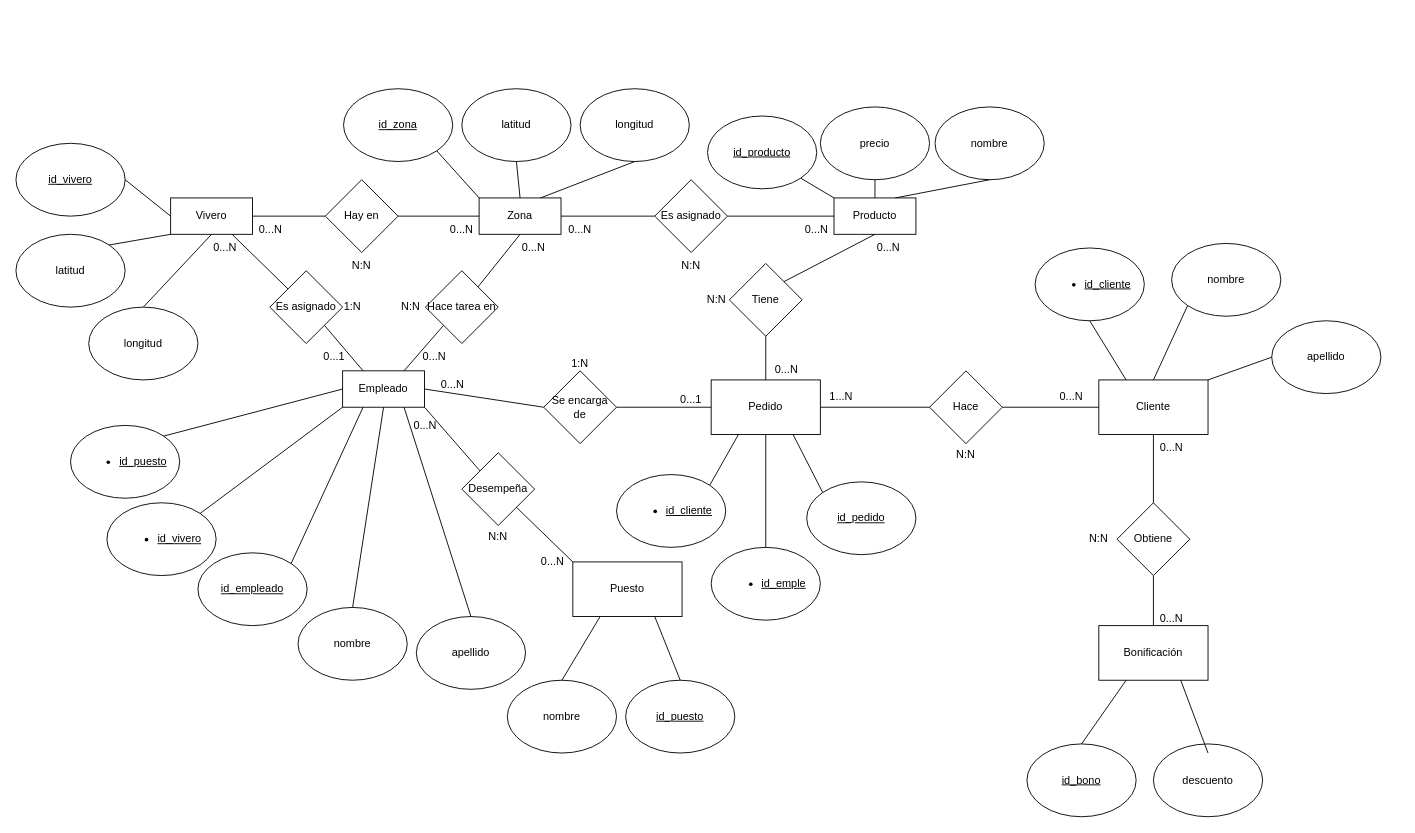
Earlier version of the draw.io diagram PR2AyBBDD.drawio (diieegoov/ABBDD_pr2). Source tidied: cells renumbered, new cells numbered last; positions are measured from the earlier drawing's top-left corner, leaving out a move shared by most shapes. Both pictures are drawn from the tidied source at 91%, with x=0, y=0 at pixel (15, 88).
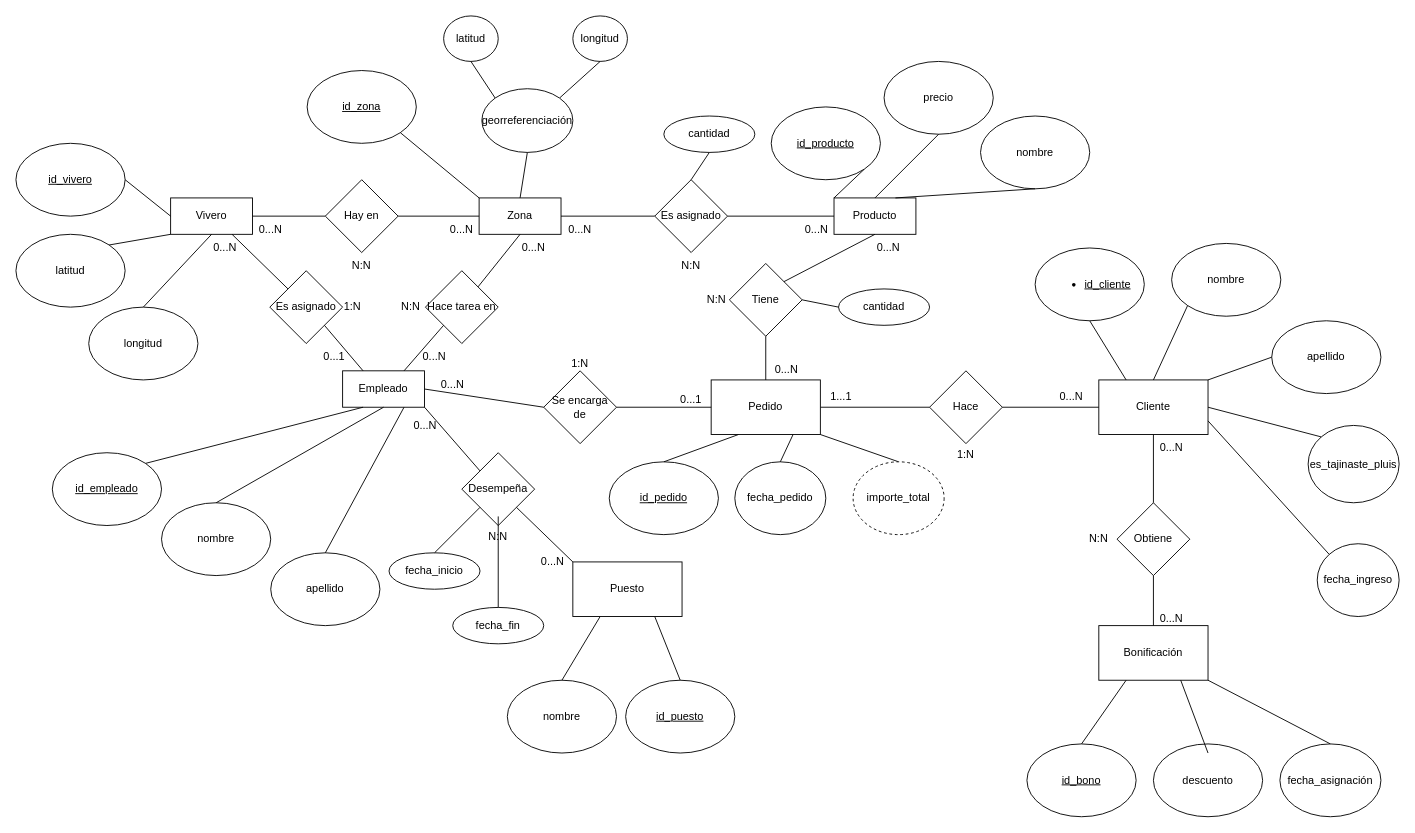
After the change.

Unchanged cells that the change refers to:
```xml
<mxCell id="3" value="Zona" style="rounded=0;whiteSpace=wrap;html=1;" parent="1" vertex="1">
  <mxGeometry x="509" y="120" width="90" height="40" as="geometry" />
</mxCell>
<mxCell id="27" value="Es asignado" style="rhombus;whiteSpace=wrap;html=1;shapeInside=1;" parent="1" vertex="1">
  <mxGeometry x="702" y="100" width="80" height="80" as="geometry" />
</mxCell>
<mxCell id="34" value="Empleado" style="rounded=0;whiteSpace=wrap;html=1;" parent="1" vertex="1">
  <mxGeometry x="359" y="310" width="90" height="40" as="geometry" />
</mxCell>
<mxCell id="51" value="Desempeña" style="rhombus;whiteSpace=wrap;html=1;shapeInside=1;" parent="1" vertex="1">
  <mxGeometry x="490" y="400" width="80" height="80" as="geometry" />
</mxCell>
<mxCell id="68" value="N:N" style="text;html=1;whiteSpace=wrap;strokeColor=none;fillColor=none;align=center;verticalAlign=middle;rounded=0;" parent="1" vertex="1">
  <mxGeometry x="500" y="470" width="60" height="44" as="geometry" />
</mxCell>
<mxCell id="69" value="Bonificación" style="rounded=0;whiteSpace=wrap;html=1;" parent="1" vertex="1">
  <mxGeometry x="1190" y="590" width="120" height="60" as="geometry" />
</mxCell>
<mxCell id="70" value="Cliente" style="rounded=0;whiteSpace=wrap;html=1;" parent="1" vertex="1">
  <mxGeometry x="1190" y="320" width="120" height="60" as="geometry" />
</mxCell>
<mxCell id="77" value="Pedido" style="rounded=0;whiteSpace=wrap;html=1;" parent="1" vertex="1">
  <mxGeometry x="764" y="320" width="120" height="60" as="geometry" />
</mxCell>
<mxCell id="78" value="Tiene" style="rhombus;whiteSpace=wrap;html=1;shapeInside=1;" parent="1" vertex="1">
  <mxGeometry x="784" y="192" width="80" height="80" as="geometry" />
</mxCell>
```

The edit, as a diff of the source:
```diff
@@
     <mxCell id="6" value="latitud" style="ellipse;whiteSpace=wrap;html=1;shapeInside=1;" parent="1" vertex="1">
-      <mxGeometry x="490" width="120" height="80" as="geometry" />
+      <mxGeometry x="470" y="-80" width="60" height="50" as="geometry" />
     </mxCell>
     <mxCell id="7" value="longitud" style="ellipse;whiteSpace=wrap;html=1;shapeInside=1;" parent="1" vertex="1">
-      <mxGeometry x="620" width="120" height="80" as="geometry" />
+      <mxGeometry x="612" y="-80" width="60" height="50" as="geometry" />
     </mxCell>
@@
-    <mxCell id="10" style="endArrow=none;html=1;rounded=0;entryX=0.5;entryY=1;entryDx=0;entryDy=0;exitX=0.75;exitY=0;exitDx=0;exitDy=0;" parent="1" edge="1" source="3" target="7">
+    <mxCell id="10" style="endArrow=none;html=1;rounded=0;entryX=0.5;entryY=1;entryDx=0;entryDy=0;exitX=1;exitY=0;exitDx=0;exitDy=0;" parent="1" edge="1" source="126" target="7">
       <mxGeometry relative="1" as="geometry" />
     </mxCell>
-    <mxCell id="11" style="endArrow=none;html=1;rounded=0;exitX=0.5;exitY=0;exitDx=0;exitDy=0;entryX=0.5;entryY=1;entryDx=0;entryDy=0;" parent="1" edge="1" source="3" target="6">
+    <mxCell id="11" style="endArrow=none;html=1;rounded=0;entryX=0.5;entryY=1;entryDx=0;entryDy=0;exitX=0;exitY=0;exitDx=0;exitDy=0;" parent="1" edge="1" source="126" target="6">
       <mxGeometry relative="1" as="geometry" />
     </mxCell>
@@
     <mxCell id="17" value="&lt;u&gt;id_zona&lt;/u&gt;" style="ellipse;whiteSpace=wrap;html=1;shapeInside=1;" parent="1" vertex="1">
-      <mxGeometry x="360" width="120" height="80" as="geometry" />
+      <mxGeometry x="320" y="-20" width="120" height="80" as="geometry" />
     </mxCell>
@@
     <mxCell id="20" value="precio" style="ellipse;whiteSpace=wrap;html=1;shapeInside=1;" parent="1" vertex="1">
-      <mxGeometry x="884" y="20" width="120" height="80" as="geometry" />
+      <mxGeometry x="954" y="-30" width="120" height="80" as="geometry" />
     </mxCell>
     <mxCell id="21" value="nombre" style="ellipse;whiteSpace=wrap;html=1;shapeInside=1;" parent="1" vertex="1">
-      <mxGeometry x="1010" y="20" width="120" height="80" as="geometry" />
+      <mxGeometry x="1060" y="30" width="120" height="80" as="geometry" />
     </mxCell>
@@
     <mxCell id="26" value="&lt;u&gt;id_producto&lt;/u&gt;" style="ellipse;whiteSpace=wrap;html=1;shapeInside=1;" parent="1" vertex="1">
-      <mxGeometry x="760" y="30" width="120" height="80" as="geometry" />
+      <mxGeometry x="830" y="20" width="120" height="80" as="geometry" />
     </mxCell>
@@
     <mxCell id="35" value="nombre" style="ellipse;whiteSpace=wrap;html=1;shapeInside=1;" parent="1" vertex="1">
-      <mxGeometry x="310" y="570" width="120" height="80" as="geometry" />
+      <mxGeometry x="160" y="455" width="120" height="80" as="geometry" />
     </mxCell>
     <mxCell id="36" value="apellido" style="ellipse;whiteSpace=wrap;html=1;shapeInside=1;" parent="1" vertex="1">
-      <mxGeometry x="440" y="580" width="120" height="80" as="geometry" />
+      <mxGeometry x="280" y="510" width="120" height="80" as="geometry" />
     </mxCell>
@@
     <mxCell id="39" value="&lt;u style=&quot;background-color: transparent; color: light-dark(rgb(0, 0, 0), rgb(255, 255, 255));&quot;&gt;id_empleado&lt;/u&gt;&lt;u&gt;&lt;/u&gt;" style="ellipse;whiteSpace=wrap;html=1;shapeInside=1;" parent="1" vertex="1">
-      <mxGeometry x="200" y="510" width="120" height="80" as="geometry" />
+      <mxGeometry x="40" y="400" width="120" height="80" as="geometry" />
     </mxCell>
@@
-    <mxCell id="47" value="&lt;ul style=&quot;&quot;&gt;&lt;li style=&quot;&quot;&gt;&lt;u&gt;id_vivero&lt;/u&gt;&lt;/li&gt;&lt;/ul&gt;" style="ellipse;whiteSpace=wrap;html=1;shapeInside=1;" parent="1" vertex="1">
-      <mxGeometry x="100" y="455" width="120" height="80" as="geometry" />
-    </mxCell>
-    <mxCell id="48" style="endArrow=none;html=1;rounded=0;exitX=1;exitY=0;exitDx=0;exitDy=0;entryX=0;entryY=1;entryDx=0;entryDy=0;" parent="1" edge="1" source="47" target="34">
-      <mxGeometry relative="1" as="geometry" />
-    </mxCell>
-    <mxCell id="49" value="&lt;ul style=&quot;&quot;&gt;&lt;li style=&quot;&quot;&gt;&lt;u&gt;id_puesto&lt;/u&gt;&lt;/li&gt;&lt;/ul&gt;" style="ellipse;whiteSpace=wrap;html=1;shapeInside=1;" parent="1" vertex="1">
-      <mxGeometry x="60" y="370" width="120" height="80" as="geometry" />
-    </mxCell>
-    <mxCell id="50" style="endArrow=none;html=1;rounded=0;exitX=1;exitY=0;exitDx=0;exitDy=0;entryX=0;entryY=0.5;entryDx=0;entryDy=0;" parent="1" edge="1" source="49" target="34">
-      <mxGeometry relative="1" as="geometry" />
-    </mxCell>
@@
-    <mxCell id="85" value="N:N" style="text;html=1;whiteSpace=wrap;strokeColor=none;fillColor=none;align=center;verticalAlign=middle;rounded=0;" parent="1" vertex="1">
+    <mxCell id="85" value="1:N" style="text;html=1;whiteSpace=wrap;strokeColor=none;fillColor=none;align=center;verticalAlign=middle;rounded=0;" parent="1" vertex="1">
       <mxGeometry x="1014" y="380" width="60" height="44" as="geometry" />
     </mxCell>
@@
-    <mxCell id="87" value="&lt;ul&gt;&lt;li&gt;&lt;u&gt;id_cliente&lt;/u&gt;&lt;/li&gt;&lt;/ul&gt;" style="ellipse;whiteSpace=wrap;html=1;shapeInside=1;" parent="1" vertex="1">
-      <mxGeometry x="660" y="424" width="120" height="80" as="geometry" />
-    </mxCell>
     <mxCell id="88" value="&lt;u&gt;id_pedido&lt;/u&gt;" style="ellipse;whiteSpace=wrap;html=1;shapeInside=1;" parent="1" vertex="1">
-      <mxGeometry x="869" y="432" width="120" height="80" as="geometry" />
+      <mxGeometry x="652" y="410" width="120" height="80" as="geometry" />
     </mxCell>
-    <mxCell id="89" value="&lt;ul&gt;&lt;li&gt;&lt;u&gt;id_emple&lt;/u&gt;&lt;/li&gt;&lt;/ul&gt;" style="ellipse;whiteSpace=wrap;html=1;shapeInside=1;" parent="1" vertex="1">
-      <mxGeometry x="764" y="504" width="120" height="80" as="geometry" />
-    </mxCell>
-    <mxCell id="90" style="endArrow=none;html=1;rounded=0;entryX=0.25;entryY=1;entryDx=0;entryDy=0;exitX=1;exitY=0;exitDx=0;exitDy=0;" parent="1" edge="1" source="87" target="77">
-      <mxGeometry relative="1" as="geometry" />
-    </mxCell>
-    <mxCell id="91" style="endArrow=none;html=1;rounded=0;entryX=0.5;entryY=1;entryDx=0;entryDy=0;exitX=0.5;exitY=0;exitDx=0;exitDy=0;" parent="1" edge="1" source="89" target="77">
-      <mxGeometry relative="1" as="geometry" />
-    </mxCell>
-    <mxCell id="92" style="endArrow=none;html=1;rounded=0;entryX=0.75;entryY=1;entryDx=0;entryDy=0;exitX=0;exitY=0;exitDx=0;exitDy=0;" parent="1" edge="1" source="88" target="77">
+    <mxCell id="92" style="endArrow=none;html=1;rounded=0;entryX=0.25;entryY=1;entryDx=0;entryDy=0;exitX=0.5;exitY=0;exitDx=0;exitDy=0;" parent="1" edge="1" source="88" target="77">
       <mxGeometry relative="1" as="geometry" />
     </mxCell>
@@
-    <mxCell id="107" value="1...N" style="text;html=1;whiteSpace=wrap;strokeColor=none;fillColor=none;align=center;verticalAlign=middle;rounded=0;" parent="1" vertex="1">
+    <mxCell id="107" value="1...1" style="text;html=1;whiteSpace=wrap;strokeColor=none;fillColor=none;align=center;verticalAlign=middle;rounded=0;" parent="1" vertex="1">
       <mxGeometry x="877" y="324" width="60" height="30" as="geometry" />
     </mxCell>
@@
+    <mxCell id="112" value="cantidad" style="ellipse;whiteSpace=wrap;html=1;align=center;" parent="1" vertex="1">
+      <mxGeometry x="712" y="30" width="100" height="40" as="geometry" />
+    </mxCell>
+    <mxCell id="113" style="endArrow=none;html=1;rounded=0;entryX=0.5;entryY=1;entryDx=0;entryDy=0;exitX=0.5;exitY=0;exitDx=0;exitDy=0;" parent="1" edge="1" source="27" target="112">
+      <mxGeometry relative="1" as="geometry" />
+    </mxCell>
+    <mxCell id="114" value="fecha_inicio" style="ellipse;whiteSpace=wrap;html=1;align=center;" parent="1" vertex="1">
+      <mxGeometry x="410" y="510" width="100" height="40" as="geometry" />
+    </mxCell>
+    <mxCell id="115" value="fecha_fin" style="ellipse;whiteSpace=wrap;html=1;align=center;" parent="1" vertex="1">
+      <mxGeometry x="480" y="570" width="100" height="40" as="geometry" />
+    </mxCell>
+    <mxCell id="116" style="endArrow=none;html=1;rounded=0;exitX=0;exitY=1;exitDx=0;exitDy=0;entryX=0.5;entryY=0;entryDx=0;entryDy=0;" parent="1" edge="1" source="51" target="114">
+      <mxGeometry relative="1" as="geometry" />
+    </mxCell>
+    <mxCell id="117" style="endArrow=none;html=1;rounded=0;entryX=0.5;entryY=0;entryDx=0;entryDy=0;exitX=0.5;exitY=0;exitDx=0;exitDy=0;" parent="1" edge="1" source="68" target="115">
+      <mxGeometry relative="1" as="geometry" />
+    </mxCell>
+    <mxCell id="118" value="fecha_pedido" style="ellipse;whiteSpace=wrap;html=1;align=center;" parent="1" vertex="1">
+      <mxGeometry x="790" y="410" width="100" height="80" as="geometry" />
+    </mxCell>
+    <mxCell id="119" style="endArrow=none;html=1;rounded=0;entryX=0.75;entryY=1;entryDx=0;entryDy=0;exitX=0.5;exitY=0;exitDx=0;exitDy=0;" parent="1" edge="1" source="118" target="77">
+      <mxGeometry relative="1" as="geometry" />
+    </mxCell>
+    <mxCell id="120" value="fecha_asignación" style="ellipse;whiteSpace=wrap;html=1;align=center;" parent="1" vertex="1">
+      <mxGeometry x="1389" y="720" width="111" height="80" as="geometry" />
+    </mxCell>
+    <mxCell id="121" style="endArrow=none;html=1;rounded=0;entryX=1;entryY=1;entryDx=0;entryDy=0;exitX=0.5;exitY=0;exitDx=0;exitDy=0;" parent="1" edge="1" source="120" target="69">
+      <mxGeometry relative="1" as="geometry" />
+    </mxCell>
+    <mxCell id="122" style="endArrow=none;html=1;rounded=0;entryX=1;entryY=1;entryDx=0;entryDy=0;exitX=0.5;exitY=0;exitDx=0;exitDy=0;" parent="1" edge="1" source="123" target="77">
+      <mxGeometry relative="1" as="geometry" />
+    </mxCell>
+    <mxCell id="123" value="importe_total" style="ellipse;whiteSpace=wrap;html=1;align=center;dashed=1;" parent="1" vertex="1">
+      <mxGeometry x="920" y="410" width="100" height="80" as="geometry" />
+    </mxCell>
+    <mxCell id="124" value="cantidad" style="ellipse;whiteSpace=wrap;html=1;align=center;" parent="1" vertex="1">
+      <mxGeometry x="904" y="220" width="100" height="40" as="geometry" />
+    </mxCell>
+    <mxCell id="125" style="endArrow=none;html=1;rounded=0;entryX=1;entryY=0.5;entryDx=0;entryDy=0;exitX=0;exitY=0.5;exitDx=0;exitDy=0;" parent="1" edge="1" source="124" target="78">
+      <mxGeometry relative="1" as="geometry" />
+    </mxCell>
+    <mxCell id="126" value="georreferenciación" style="ellipse;whiteSpace=wrap;html=1;align=center;" parent="1" vertex="1">
+      <mxGeometry x="512" width="100" height="70" as="geometry" />
+    </mxCell>
+    <mxCell id="127" style="endArrow=none;html=1;rounded=0;entryX=0.5;entryY=1;entryDx=0;entryDy=0;exitX=0.5;exitY=0;exitDx=0;exitDy=0;" parent="1" edge="1" source="3" target="126">
+      <mxGeometry relative="1" as="geometry" />
+    </mxCell>
+    <mxCell id="128" value="es_tajinaste_pluis" style="ellipse;whiteSpace=wrap;html=1;align=center;" parent="1" vertex="1">
+      <mxGeometry x="1420" y="370" width="100" height="85" as="geometry" />
+    </mxCell>
+    <mxCell id="129" value="fecha_ingreso" style="ellipse;whiteSpace=wrap;html=1;align=center;" parent="1" vertex="1">
+      <mxGeometry x="1430" y="500" width="90" height="80" as="geometry" />
+    </mxCell>
+    <mxCell id="130" style="endArrow=none;html=1;rounded=0;entryX=1;entryY=0.5;entryDx=0;entryDy=0;exitX=0;exitY=0;exitDx=0;exitDy=0;" parent="1" edge="1" source="128" target="70">
+      <mxGeometry relative="1" as="geometry" />
+    </mxCell>
+    <mxCell id="131" style="endArrow=none;html=1;rounded=0;entryX=1;entryY=0.75;entryDx=0;entryDy=0;exitX=0;exitY=0;exitDx=0;exitDy=0;" parent="1" edge="1" source="129" target="70">
+      <mxGeometry relative="1" as="geometry" />
+    </mxCell>
```
